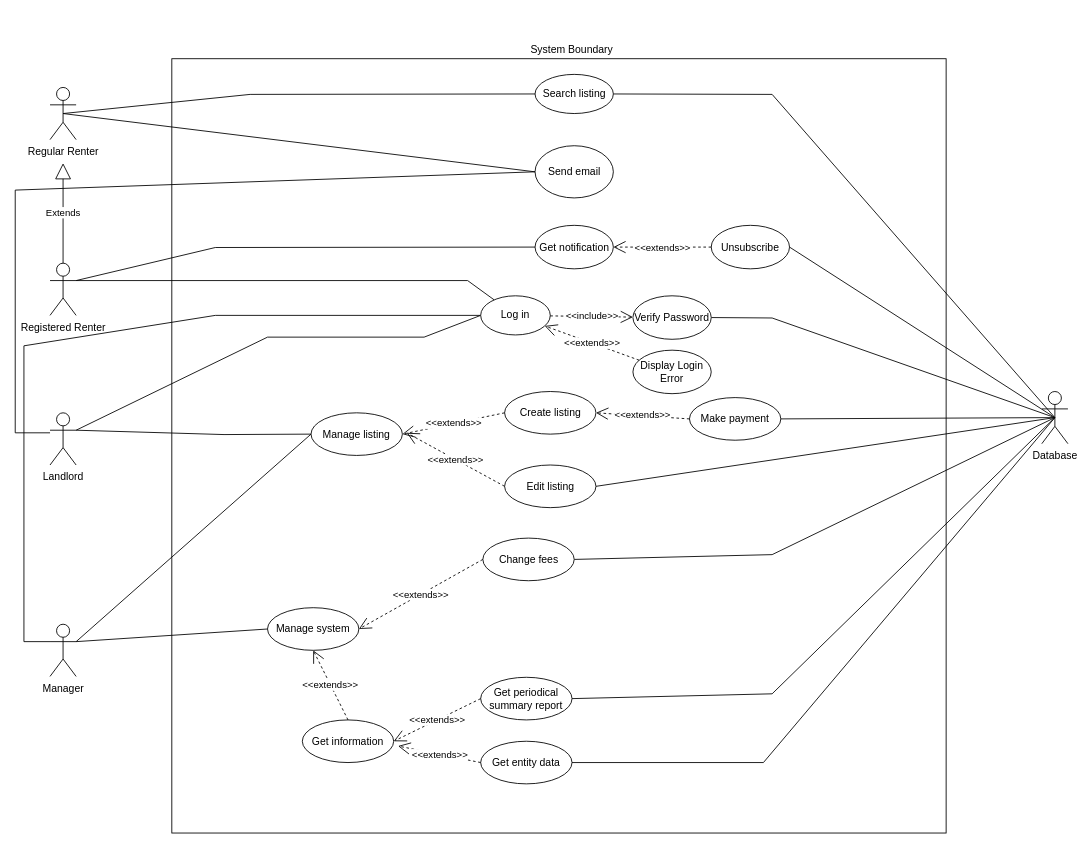
Above: ENSF480FinalProjectUseCaseDiagram.drawio in ryan-holt/ENSF480FinalProject (draw.io), before the change. Source tidied: cells renumbered, new cells numbered last; positions are measured from the earlier drawing's top-left corner, leaving out a move shared by most shapes. Both pictures are drawn from the tidied source at 87%, with x=0, y=0 at pixel (15, 41).
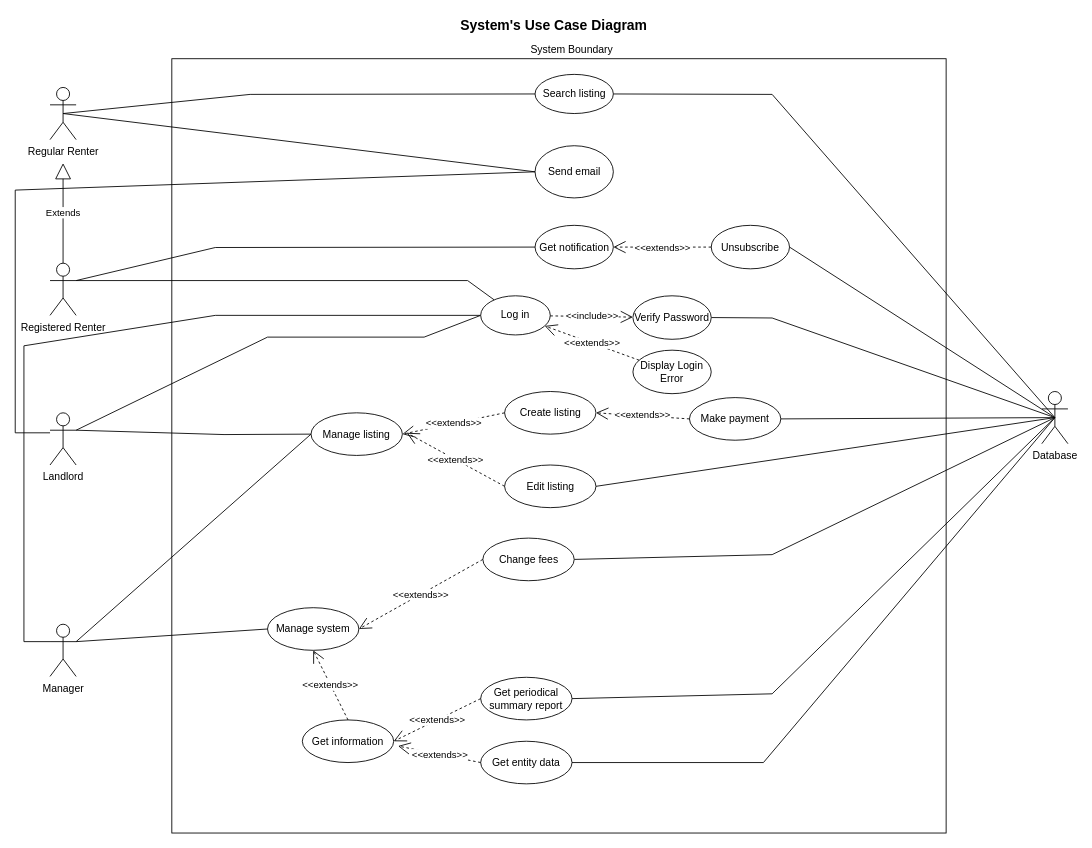
The same diagram, later.

The edit, as a diff of the source:
```diff
@@
+    <mxCell id="54" value="&lt;font style=&quot;font-size: 16px&quot;&gt;&lt;b&gt;System's Use Case Diagram&lt;/b&gt;&lt;/font&gt;" style="text;html=1;align=left;verticalAlign=top;spacingTop=-4;" parent="1" vertex="1">
+      <mxGeometry x="510" y="-30" width="230" height="20" as="geometry" />
+    </mxCell>
```
